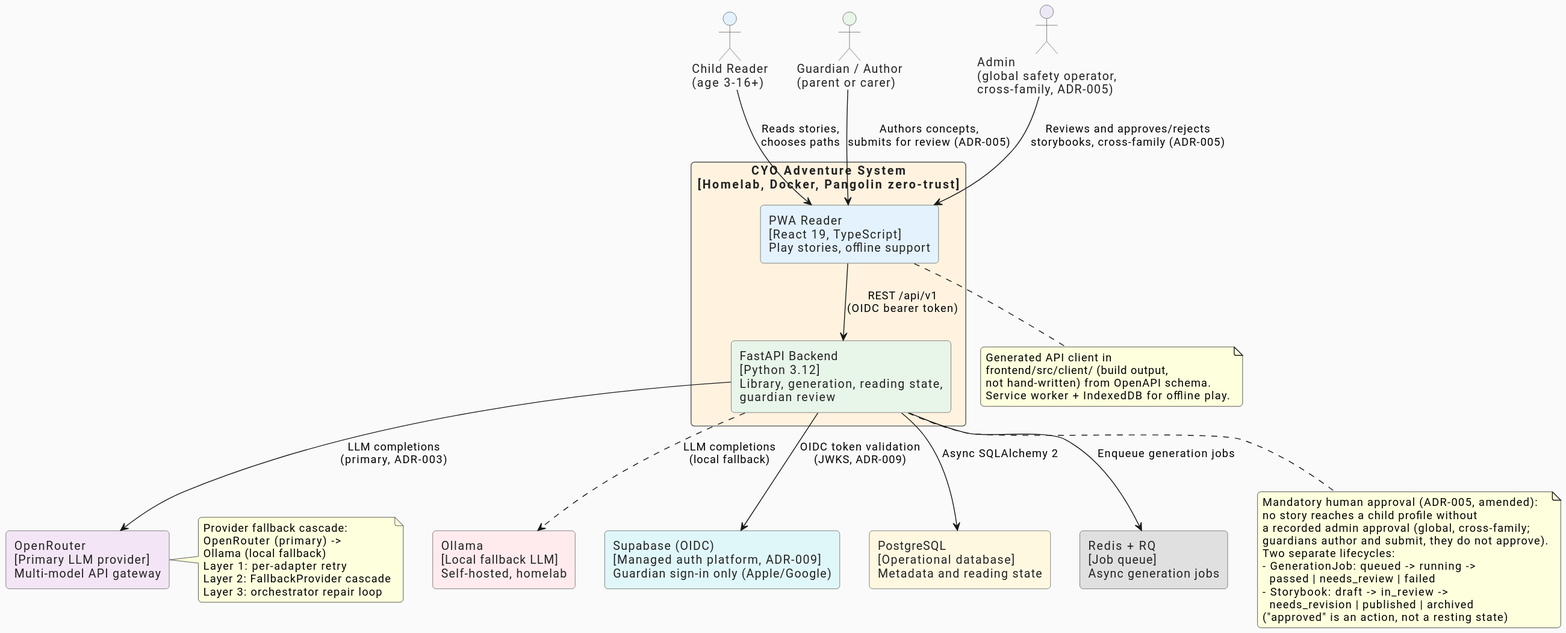
This is docs/architecture/diagrams/c4-context.svg from ByronWilliamsCPA/cyo-adventure, a PlantUML export, as it was before one commit.
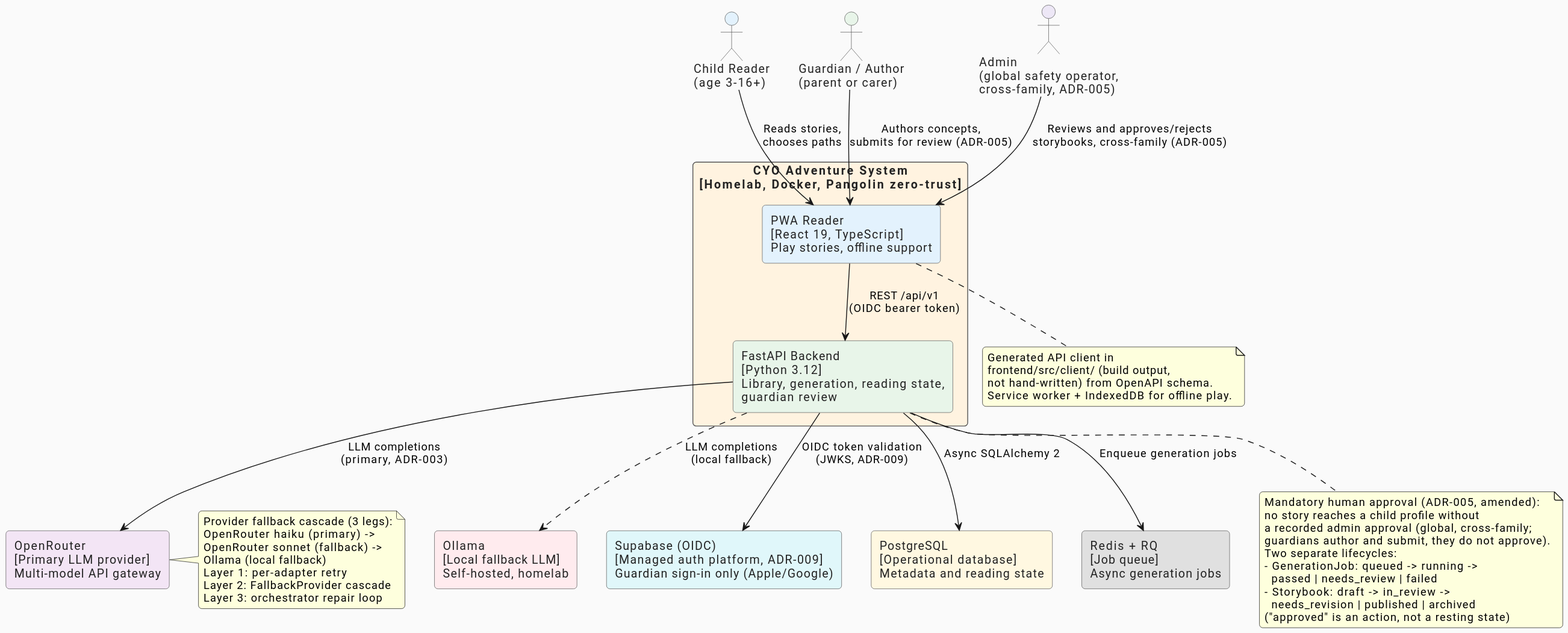
Above is the later version.

Commit message:
docs: close verification-pass findings (endings, topologies, policy layer, roles)

Change to the diagram source:
```diff
@@ -49,8 +49,9 @@
 end note
 
 note right of openrouter
-  Provider fallback cascade:
-  OpenRouter (primary) ->
+  Provider fallback cascade (3 legs):
+  OpenRouter haiku (primary) ->
+  OpenRouter sonnet (fallback) ->
   Ollama (local fallback)
   Layer 1: per-adapter retry
   Layer 2: FallbackProvider cascade
```
